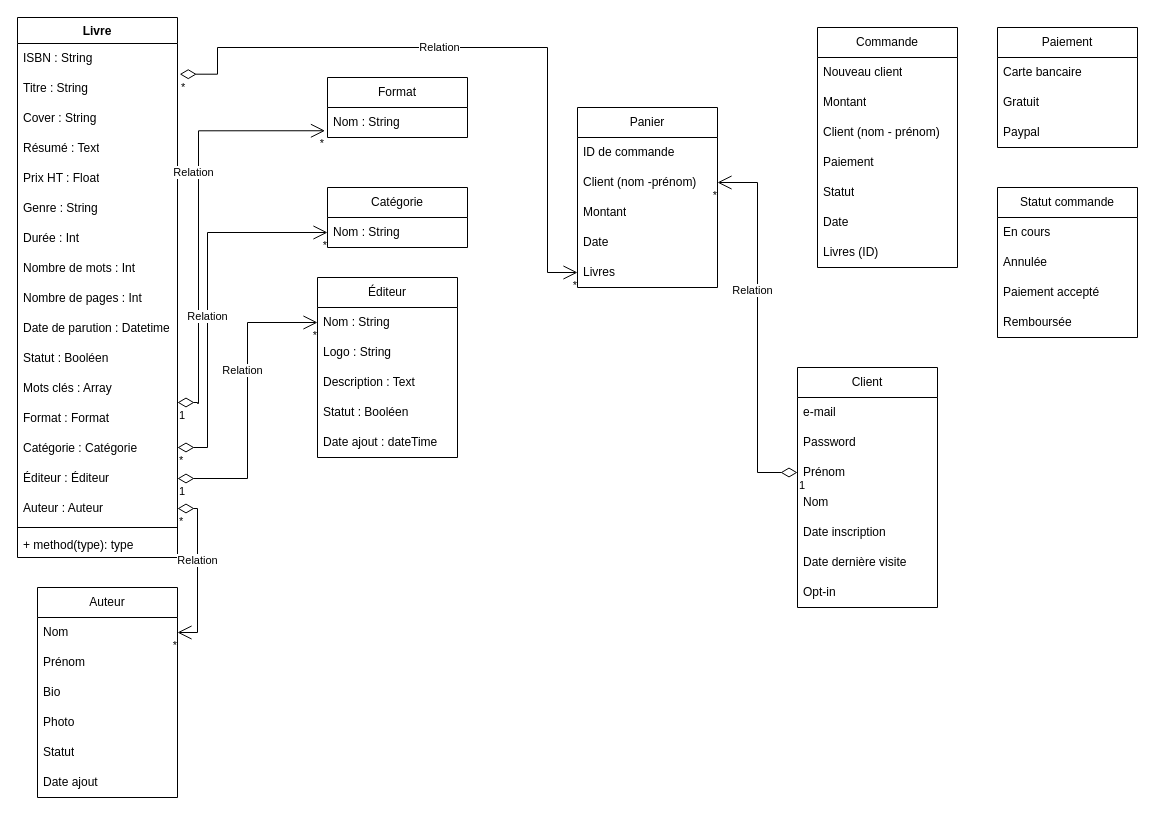
Before: classes_neobook.drawio in cbeauquel/Neobook, a draw.io diagram. Source tidied: cells renumbered, new cells numbered last; positions are measured from the earlier drawing's top-left corner, leaving out a move shared by most shapes. Both pictures are drawn from the tidied source at 100%, with x=0, y=0 at pixel (17, 17).
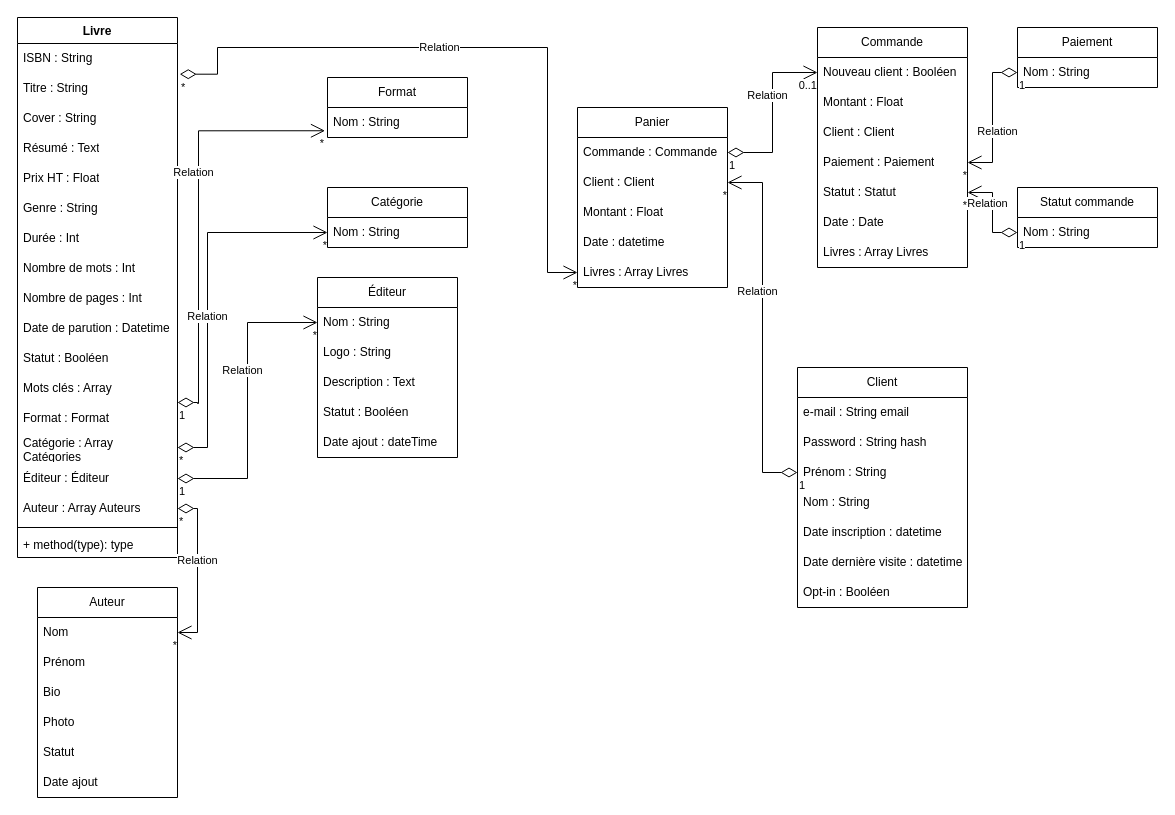
The same diagram, later.

Commit message (it also covers changes not shown here):
Mettre à jour classes_neobook.drawio

Unchanged cells that the change refers to:
```xml
<mxCell id="50" value="Livre" style="swimlane;fontStyle=1;align=center;verticalAlign=top;horizontal=1;startSize=26;whiteSpace=wrap;html=1;" parent="1" vertex="1">
  <mxGeometry width="160" height="540" as="geometry" />
</mxCell>
```

What changed in the source:
```diff
@@
     <mxCell id="19" value="Client" style="swimlane;fontStyle=0;horizontal=1;startSize=30;whiteSpace=wrap;html=1;" parent="1" vertex="1">
-      <mxGeometry x="780" y="350" width="140" height="240" as="geometry" />
+      <mxGeometry x="780" y="350" width="170" height="240" as="geometry" />
     </mxCell>
-    <mxCell id="20" value="e-mail" style="text;strokeColor=none;fillColor=none;align=left;verticalAlign=middle;spacingLeft=4;spacingRight=4;overflow=hidden;whiteSpace=wrap;html=1;" parent="19" vertex="1">
-      <mxGeometry y="30" width="140" height="30" as="geometry" />
+    <mxCell id="20" value="e-mail : String email" style="text;strokeColor=none;fillColor=none;align=left;verticalAlign=middle;spacingLeft=4;spacingRight=4;overflow=hidden;whiteSpace=wrap;html=1;" parent="19" vertex="1">
+      <mxGeometry y="30" width="170" height="30" as="geometry" />
     </mxCell>
-    <mxCell id="21" value="Password" style="text;strokeColor=none;fillColor=none;align=left;verticalAlign=middle;spacingLeft=4;spacingRight=4;overflow=hidden;whiteSpace=wrap;html=1;" parent="19" vertex="1">
-      <mxGeometry y="60" width="140" height="30" as="geometry" />
+    <mxCell id="21" value="Password : String hash" style="text;strokeColor=none;fillColor=none;align=left;verticalAlign=middle;spacingLeft=4;spacingRight=4;overflow=hidden;whiteSpace=wrap;html=1;" parent="19" vertex="1">
+      <mxGeometry y="60" width="170" height="30" as="geometry" />
     </mxCell>
-    <mxCell id="22" value="Prénom" style="text;strokeColor=none;fillColor=none;align=left;verticalAlign=middle;spacingLeft=4;spacingRight=4;overflow=hidden;points=[[0,0.5],[1,0.5]];portConstraint=eastwest;whiteSpace=wrap;html=1;" parent="19" vertex="1">
-      <mxGeometry y="90" width="140" height="30" as="geometry" />
+    <mxCell id="22" value="Prénom : String" style="text;strokeColor=none;fillColor=none;align=left;verticalAlign=middle;spacingLeft=4;spacingRight=4;overflow=hidden;points=[[0,0.5],[1,0.5]];portConstraint=eastwest;whiteSpace=wrap;html=1;" parent="19" vertex="1">
+      <mxGeometry y="90" width="170" height="30" as="geometry" />
     </mxCell>
-    <mxCell id="23" value="Nom" style="text;strokeColor=none;fillColor=none;align=left;verticalAlign=middle;spacingLeft=4;spacingRight=4;overflow=hidden;whiteSpace=wrap;html=1;" parent="19" vertex="1">
-      <mxGeometry y="120" width="140" height="30" as="geometry" />
+    <mxCell id="23" value="Nom&amp;nbsp;: String&amp;nbsp;" style="text;strokeColor=none;fillColor=none;align=left;verticalAlign=middle;spacingLeft=4;spacingRight=4;overflow=hidden;whiteSpace=wrap;html=1;" parent="19" vertex="1">
+      <mxGeometry y="120" width="170" height="30" as="geometry" />
     </mxCell>
-    <mxCell id="24" value="Date inscription" style="text;strokeColor=none;fillColor=none;align=left;verticalAlign=middle;spacingLeft=4;spacingRight=4;overflow=hidden;whiteSpace=wrap;html=1;" parent="19" vertex="1">
-      <mxGeometry y="150" width="140" height="30" as="geometry" />
+    <mxCell id="24" value="Date inscription : datetime" style="text;strokeColor=none;fillColor=none;align=left;verticalAlign=middle;spacingLeft=4;spacingRight=4;overflow=hidden;whiteSpace=wrap;html=1;" parent="19" vertex="1">
+      <mxGeometry y="150" width="170" height="30" as="geometry" />
     </mxCell>
-    <mxCell id="25" value="Date dernière visite" style="text;strokeColor=none;fillColor=none;align=left;verticalAlign=middle;spacingLeft=4;spacingRight=4;overflow=hidden;whiteSpace=wrap;html=1;" parent="19" vertex="1">
-      <mxGeometry y="180" width="140" height="30" as="geometry" />
+    <mxCell id="25" value="Date dernière visite&amp;nbsp;: datetime" style="text;strokeColor=none;fillColor=none;align=left;verticalAlign=middle;spacingLeft=4;spacingRight=4;overflow=hidden;whiteSpace=wrap;html=1;" parent="19" vertex="1">
+      <mxGeometry y="180" width="170" height="30" as="geometry" />
     </mxCell>
-    <mxCell id="26" value="Opt-in" style="text;strokeColor=none;fillColor=none;align=left;verticalAlign=middle;spacingLeft=4;spacingRight=4;overflow=hidden;whiteSpace=wrap;html=1;" parent="19" vertex="1">
-      <mxGeometry y="210" width="140" height="30" as="geometry" />
+    <mxCell id="26" value="Opt-in : Booléen" style="text;strokeColor=none;fillColor=none;align=left;verticalAlign=middle;spacingLeft=4;spacingRight=4;overflow=hidden;whiteSpace=wrap;html=1;" parent="19" vertex="1">
+      <mxGeometry y="210" width="170" height="30" as="geometry" />
     </mxCell>
     <mxCell id="27" value="Commande" style="swimlane;fontStyle=0;horizontal=1;startSize=30;whiteSpace=wrap;html=1;" parent="1" vertex="1">
-      <mxGeometry x="800" y="10" width="140" height="240" as="geometry" />
+      <mxGeometry x="800" y="10" width="150" height="240" as="geometry" />
     </mxCell>
-    <mxCell id="28" value="Nouveau client" style="text;strokeColor=none;fillColor=none;align=left;verticalAlign=middle;spacingLeft=4;spacingRight=4;overflow=hidden;points=[[0,0.5],[1,0.5]];portConstraint=eastwest;whiteSpace=wrap;html=1;" parent="27" vertex="1">
-      <mxGeometry y="30" width="140" height="30" as="geometry" />
+    <mxCell id="28" value="Nouveau client : Booléen" style="text;strokeColor=none;fillColor=none;align=left;verticalAlign=middle;spacingLeft=4;spacingRight=4;overflow=hidden;points=[[0,0.5],[1,0.5]];portConstraint=eastwest;whiteSpace=wrap;html=1;" parent="27" vertex="1">
+      <mxGeometry y="30" width="150" height="30" as="geometry" />
     </mxCell>
-    <mxCell id="29" value="Montant" style="text;strokeColor=none;fillColor=none;align=left;verticalAlign=middle;spacingLeft=4;spacingRight=4;overflow=hidden;whiteSpace=wrap;html=1;" parent="27" vertex="1">
-      <mxGeometry y="60" width="140" height="30" as="geometry" />
+    <mxCell id="29" value="Montant : Float" style="text;strokeColor=none;fillColor=none;align=left;verticalAlign=middle;spacingLeft=4;spacingRight=4;overflow=hidden;whiteSpace=wrap;html=1;" parent="27" vertex="1">
+      <mxGeometry y="60" width="150" height="30" as="geometry" />
     </mxCell>
-    <mxCell id="30" value="Client (nom - prénom)" style="text;strokeColor=none;fillColor=none;align=left;verticalAlign=middle;spacingLeft=4;spacingRight=4;overflow=hidden;whiteSpace=wrap;html=1;" parent="27" vertex="1">
-      <mxGeometry y="90" width="140" height="30" as="geometry" />
+    <mxCell id="30" value="Client : Client" style="text;strokeColor=none;fillColor=none;align=left;verticalAlign=middle;spacingLeft=4;spacingRight=4;overflow=hidden;whiteSpace=wrap;html=1;" parent="27" vertex="1">
+      <mxGeometry y="90" width="150" height="30" as="geometry" />
     </mxCell>
-    <mxCell id="31" value="Paiement" style="text;strokeColor=none;fillColor=none;align=left;verticalAlign=middle;spacingLeft=4;spacingRight=4;overflow=hidden;points=[[0,0.5],[1,0.5]];portConstraint=eastwest;whiteSpace=wrap;html=1;" parent="27" vertex="1">
-      <mxGeometry y="120" width="140" height="30" as="geometry" />
+    <mxCell id="31" value="Paiement : Paiement" style="text;strokeColor=none;fillColor=none;align=left;verticalAlign=middle;spacingLeft=4;spacingRight=4;overflow=hidden;points=[[0,0.5],[1,0.5]];portConstraint=eastwest;whiteSpace=wrap;html=1;" parent="27" vertex="1">
+      <mxGeometry y="120" width="150" height="30" as="geometry" />
     </mxCell>
-    <mxCell id="32" value="Statut" style="text;strokeColor=none;fillColor=none;align=left;verticalAlign=middle;spacingLeft=4;spacingRight=4;overflow=hidden;points=[[0,0.5],[1,0.5]];portConstraint=eastwest;whiteSpace=wrap;html=1;" parent="27" vertex="1">
-      <mxGeometry y="150" width="140" height="30" as="geometry" />
+    <mxCell id="32" value="Statut : Statut" style="text;strokeColor=none;fillColor=none;align=left;verticalAlign=middle;spacingLeft=4;spacingRight=4;overflow=hidden;points=[[0,0.5],[1,0.5]];portConstraint=eastwest;whiteSpace=wrap;html=1;" parent="27" vertex="1">
+      <mxGeometry y="150" width="150" height="30" as="geometry" />
     </mxCell>
-    <mxCell id="33" value="Date" style="text;strokeColor=none;fillColor=none;align=left;verticalAlign=middle;spacingLeft=4;spacingRight=4;overflow=hidden;whiteSpace=wrap;html=1;" parent="27" vertex="1">
-      <mxGeometry y="180" width="140" height="30" as="geometry" />
+    <mxCell id="33" value="Date : Date" style="text;strokeColor=none;fillColor=none;align=left;verticalAlign=middle;spacingLeft=4;spacingRight=4;overflow=hidden;whiteSpace=wrap;html=1;" parent="27" vertex="1">
+      <mxGeometry y="180" width="150" height="30" as="geometry" />
     </mxCell>
-    <mxCell id="34" value="Livres (ID)" style="text;strokeColor=none;fillColor=none;align=left;verticalAlign=middle;spacingLeft=4;spacingRight=4;overflow=hidden;whiteSpace=wrap;html=1;" parent="27" vertex="1">
-      <mxGeometry y="210" width="140" height="30" as="geometry" />
+    <mxCell id="34" value="Livres : Array Livres" style="text;strokeColor=none;fillColor=none;align=left;verticalAlign=middle;spacingLeft=4;spacingRight=4;overflow=hidden;whiteSpace=wrap;html=1;" parent="27" vertex="1">
+      <mxGeometry y="210" width="150" height="30" as="geometry" />
     </mxCell>
     <mxCell id="35" value="Statut commande" style="swimlane;fontStyle=0;horizontal=1;startSize=30;whiteSpace=wrap;html=1;" parent="1" vertex="1">
-      <mxGeometry x="980" y="170" width="140" height="150" as="geometry" />
+      <mxGeometry x="1000" y="170" width="140" height="60" as="geometry" />
     </mxCell>
-    <mxCell id="36" value="En cours" style="text;strokeColor=none;fillColor=none;align=left;verticalAlign=middle;spacingLeft=4;spacingRight=4;overflow=hidden;whiteSpace=wrap;html=1;" parent="35" vertex="1">
-      <mxGeometry y="30" width="140" height="30" as="geometry" />
-    </mxCell>
-    <mxCell id="37" value="Annulée" style="text;strokeColor=none;fillColor=none;align=left;verticalAlign=middle;spacingLeft=4;spacingRight=4;overflow=hidden;whiteSpace=wrap;html=1;" parent="35" vertex="1">
-      <mxGeometry y="60" width="140" height="30" as="geometry" />
-    </mxCell>
-    <mxCell id="38" value="Paiement accepté" style="text;strokeColor=none;fillColor=none;align=left;verticalAlign=middle;spacingLeft=4;spacingRight=4;overflow=hidden;whiteSpace=wrap;html=1;" parent="35" vertex="1">
-      <mxGeometry y="90" width="140" height="30" as="geometry" />
-    </mxCell>
-    <mxCell id="39" value="Remboursée" style="text;strokeColor=none;fillColor=none;align=left;verticalAlign=middle;spacingLeft=4;spacingRight=4;overflow=hidden;whiteSpace=wrap;html=1;" parent="35" vertex="1">
-      <mxGeometry y="120" width="140" height="30" as="geometry" />
-    </mxCell>
+    <mxCell id="87" value="Nom : String" style="text;strokeColor=none;fillColor=none;align=left;verticalAlign=middle;spacingLeft=4;spacingRight=4;overflow=hidden;points=[[0,0.5],[1,0.5]];portConstraint=eastwest;whiteSpace=wrap;html=1;" parent="35" vertex="1">
+      <mxGeometry y="30" width="140" height="30" as="geometry" />
+    </mxCell>
     <mxCell id="40" value="Paiement" style="swimlane;fontStyle=0;horizontal=1;startSize=30;whiteSpace=wrap;html=1;" parent="1" vertex="1">
-      <mxGeometry x="980" y="10" width="140" height="120" as="geometry" />
+      <mxGeometry x="1000" y="10" width="140" height="60" as="geometry" />
     </mxCell>
-    <mxCell id="41" value="Carte bancaire" style="text;strokeColor=none;fillColor=none;align=left;verticalAlign=middle;spacingLeft=4;spacingRight=4;overflow=hidden;points=[[0,0.5],[1,0.5]];portConstraint=eastwest;whiteSpace=wrap;html=1;" parent="40" vertex="1">
+    <mxCell id="41" value="Nom : String" style="text;strokeColor=none;fillColor=none;align=left;verticalAlign=middle;spacingLeft=4;spacingRight=4;overflow=hidden;points=[[0,0.5],[1,0.5]];portConstraint=eastwest;whiteSpace=wrap;html=1;" parent="40" vertex="1">
       <mxGeometry y="30" width="140" height="30" as="geometry" />
     </mxCell>
-    <mxCell id="42" value="Gratuit" style="text;strokeColor=none;fillColor=none;align=left;verticalAlign=middle;spacingLeft=4;spacingRight=4;overflow=hidden;whiteSpace=wrap;html=1;" parent="40" vertex="1">
-      <mxGeometry y="60" width="140" height="30" as="geometry" />
-    </mxCell>
-    <mxCell id="43" value="Paypal" style="text;strokeColor=none;fillColor=none;align=left;verticalAlign=middle;spacingLeft=4;spacingRight=4;overflow=hidden;whiteSpace=wrap;html=1;" parent="40" vertex="1">
-      <mxGeometry y="90" width="140" height="30" as="geometry" />
-    </mxCell>
     <mxCell id="44" value="Panier" style="swimlane;fontStyle=0;horizontal=1;startSize=30;whiteSpace=wrap;html=1;" parent="1" vertex="1">
-      <mxGeometry x="560" y="90" width="140" height="180" as="geometry" />
+      <mxGeometry x="560" y="90" width="150" height="180" as="geometry" />
     </mxCell>
-    <mxCell id="45" value="ID de commande" style="text;strokeColor=none;fillColor=none;align=left;verticalAlign=middle;spacingLeft=4;spacingRight=4;overflow=hidden;points=[[0,0.5],[1,0.5]];portConstraint=eastwest;whiteSpace=wrap;html=1;" parent="44" vertex="1">
-      <mxGeometry y="30" width="140" height="30" as="geometry" />
+    <mxCell id="45" value="Commande : Commande" style="text;strokeColor=none;fillColor=none;align=left;verticalAlign=middle;spacingLeft=4;spacingRight=4;overflow=hidden;points=[[0,0.5],[1,0.5]];portConstraint=eastwest;whiteSpace=wrap;html=1;" parent="44" vertex="1">
+      <mxGeometry y="30" width="150" height="30" as="geometry" />
     </mxCell>
-    <mxCell id="46" value="Client (nom -prénom)" style="text;strokeColor=none;fillColor=none;align=left;verticalAlign=middle;spacingLeft=4;spacingRight=4;overflow=hidden;points=[[0,0.5],[1,0.5]];portConstraint=eastwest;whiteSpace=wrap;html=1;" parent="44" vertex="1">
-      <mxGeometry y="60" width="140" height="30" as="geometry" />
+    <mxCell id="46" value="Client : Client" style="text;strokeColor=none;fillColor=none;align=left;verticalAlign=middle;spacingLeft=4;spacingRight=4;overflow=hidden;points=[[0,0.5],[1,0.5]];portConstraint=eastwest;whiteSpace=wrap;html=1;" parent="44" vertex="1">
+      <mxGeometry y="60" width="150" height="30" as="geometry" />
     </mxCell>
-    <mxCell id="47" value="Montant" style="text;strokeColor=none;fillColor=none;align=left;verticalAlign=middle;spacingLeft=4;spacingRight=4;overflow=hidden;whiteSpace=wrap;html=1;" parent="44" vertex="1">
-      <mxGeometry y="90" width="140" height="30" as="geometry" />
+    <mxCell id="47" value="Montant : Float" style="text;strokeColor=none;fillColor=none;align=left;verticalAlign=middle;spacingLeft=4;spacingRight=4;overflow=hidden;whiteSpace=wrap;html=1;" parent="44" vertex="1">
+      <mxGeometry y="90" width="150" height="30" as="geometry" />
     </mxCell>
-    <mxCell id="48" value="Date" style="text;strokeColor=none;fillColor=none;align=left;verticalAlign=middle;spacingLeft=4;spacingRight=4;overflow=hidden;whiteSpace=wrap;html=1;" parent="44" vertex="1">
-      <mxGeometry y="120" width="140" height="30" as="geometry" />
+    <mxCell id="48" value="Date : datetime" style="text;strokeColor=none;fillColor=none;align=left;verticalAlign=middle;spacingLeft=4;spacingRight=4;overflow=hidden;whiteSpace=wrap;html=1;" parent="44" vertex="1">
+      <mxGeometry y="120" width="150" height="30" as="geometry" />
     </mxCell>
-    <mxCell id="49" value="Livres" style="text;strokeColor=none;fillColor=none;align=left;verticalAlign=middle;spacingLeft=4;spacingRight=4;overflow=hidden;points=[[0,0.5],[1,0.5]];portConstraint=eastwest;whiteSpace=wrap;html=1;" parent="44" vertex="1">
-      <mxGeometry y="150" width="140" height="30" as="geometry" />
+    <mxCell id="49" value="Livres : Array Livres" style="text;strokeColor=none;fillColor=none;align=left;verticalAlign=middle;spacingLeft=4;spacingRight=4;overflow=hidden;points=[[0,0.5],[1,0.5]];portConstraint=eastwest;whiteSpace=wrap;html=1;" parent="44" vertex="1">
+      <mxGeometry y="150" width="150" height="30" as="geometry" />
     </mxCell>
@@
-    <mxCell id="67" value="Catégorie : Catégorie" style="text;strokeColor=none;fillColor=none;align=left;verticalAlign=middle;spacingLeft=4;spacingRight=4;overflow=hidden;whiteSpace=wrap;html=1;" parent="50" vertex="1">
+    <mxCell id="67" value="Catégorie : Array Catégories" style="text;strokeColor=none;fillColor=none;align=left;verticalAlign=middle;spacingLeft=4;spacingRight=4;overflow=hidden;whiteSpace=wrap;html=1;" parent="50" vertex="1">
       <mxGeometry y="416" width="160" height="30" as="geometry" />
     </mxCell>
@@
-    <mxCell id="69" value="Auteur : Auteur" style="text;strokeColor=none;fillColor=none;align=left;verticalAlign=middle;spacingLeft=4;spacingRight=4;overflow=hidden;points=[[0,0.5],[1,0.5]];portConstraint=eastwest;whiteSpace=wrap;html=1;" parent="50" vertex="1">
+    <mxCell id="69" value="Auteur : Array Auteurs" style="text;strokeColor=none;fillColor=none;align=left;verticalAlign=middle;spacingLeft=4;spacingRight=4;overflow=hidden;points=[[0,0.5],[1,0.5]];portConstraint=eastwest;whiteSpace=wrap;html=1;" parent="50" vertex="1">
       <mxGeometry y="476" width="160" height="30" as="geometry" />
     </mxCell>
@@
+    <mxCell id="88" value="Relation" style="endArrow=open;html=1;endSize=12;startArrow=diamondThin;startSize=14;startFill=0;edgeStyle=orthogonalEdgeStyle;rounded=0;exitX=1;exitY=0.5;exitDx=0;exitDy=0;entryX=0;entryY=0.5;entryDx=0;entryDy=0;" parent="1" edge="1" source="45" target="28">
+      <mxGeometry x="0.2" y="5" relative="1" as="geometry" />
+    </mxCell>
+    <mxCell id="89" value="1" style="edgeLabel;html=1;align=left;verticalAlign=top;" parent="88" vertex="1">
+      <mxGeometry x="-1" relative="1" as="geometry" />
+    </mxCell>
+    <mxCell id="90" value="0..1" style="edgeLabel;html=1;align=right;verticalAlign=top;" parent="88" vertex="1">
+      <mxGeometry x="1" relative="1" as="geometry" />
+    </mxCell>
+    <mxCell id="91" value="Relation" style="endArrow=open;html=1;endSize=12;startArrow=diamondThin;startSize=14;startFill=0;edgeStyle=orthogonalEdgeStyle;rounded=0;exitX=0;exitY=0.5;exitDx=0;exitDy=0;entryX=1;entryY=0.5;entryDx=0;entryDy=0;" parent="1" edge="1" source="87" target="32">
+      <mxGeometry x="0.2" y="5" relative="1" as="geometry" />
+    </mxCell>
+    <mxCell id="92" value="1" style="edgeLabel;html=1;align=left;verticalAlign=top;" parent="91" vertex="1">
+      <mxGeometry x="-1" relative="1" as="geometry" />
+    </mxCell>
+    <mxCell id="93" value="*" style="edgeLabel;html=1;align=right;verticalAlign=top;" parent="91" vertex="1">
+      <mxGeometry x="1" relative="1" as="geometry" />
+    </mxCell>
+    <mxCell id="94" value="Relation" style="endArrow=open;html=1;endSize=12;startArrow=diamondThin;startSize=14;startFill=0;edgeStyle=orthogonalEdgeStyle;rounded=0;exitX=0;exitY=0.5;exitDx=0;exitDy=0;entryX=1;entryY=0.5;entryDx=0;entryDy=0;" parent="1" edge="1" source="41" target="31">
+      <mxGeometry x="0.2" y="5" relative="1" as="geometry" />
+    </mxCell>
+    <mxCell id="95" value="1" style="edgeLabel;html=1;align=left;verticalAlign=top;" parent="94" vertex="1">
+      <mxGeometry x="-1" relative="1" as="geometry" />
+    </mxCell>
+    <mxCell id="96" value="*" style="edgeLabel;html=1;align=right;verticalAlign=top;" parent="94" vertex="1">
+      <mxGeometry x="1" relative="1" as="geometry" />
+    </mxCell>
```
